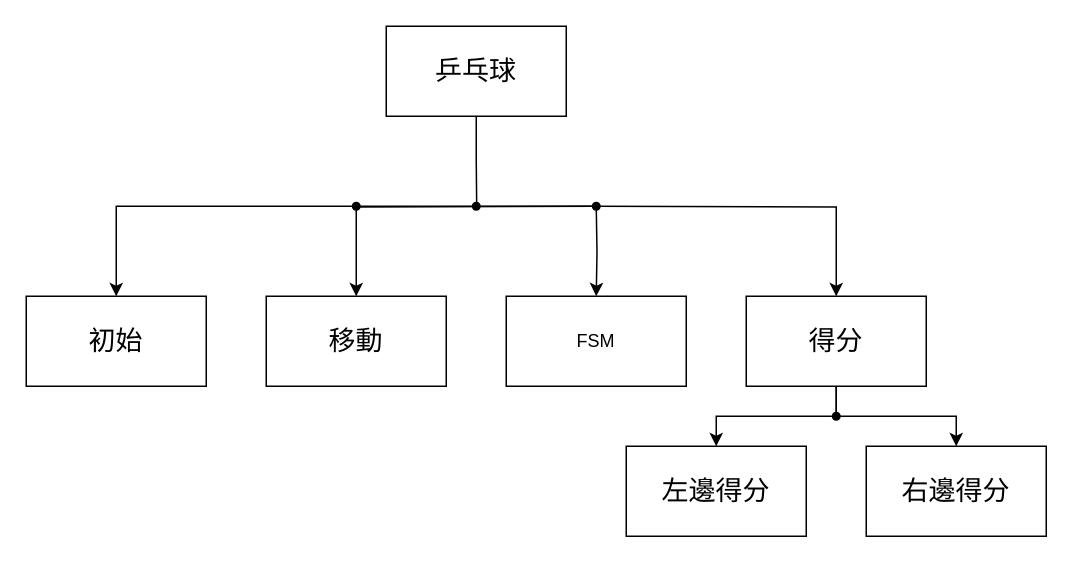
Before: page "Breakdown" (1 of 5) of 乒乓球遊戲.drawio in wsy0331/SOC-Lab, a draw.io diagram. Source tidied: cells renumbered, new cells numbered last; positions are measured from the earlier drawing's top-left corner, leaving out a move shared by most shapes. Both pictures are drawn from the tidied source at 150%, with x=0, y=0 at pixel (26, 26).
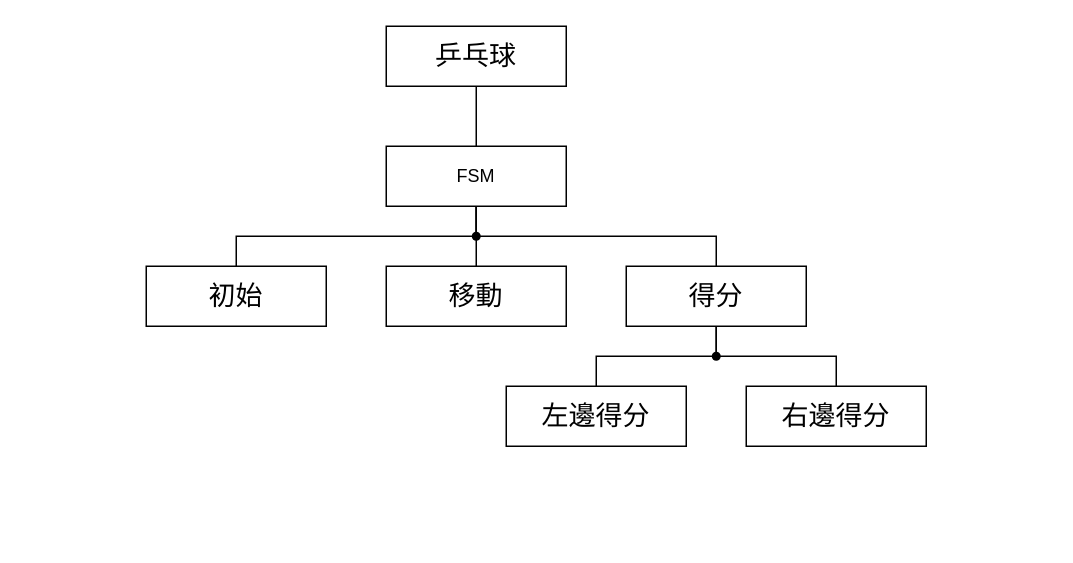
Above is the later version.

What changed in the source:
```diff
@@
-    <mxCell id="2" style="edgeStyle=orthogonalEdgeStyle;rounded=0;jettySize=auto;html=1;exitX=0.5;exitY=1;exitDx=0;exitDy=0;entryX=0.5;entryY=0;entryDx=0;entryDy=0;" parent="1" edge="1" target="14">
-      <mxGeometry relative="1" as="geometry">
-        <mxPoint x="380" y="120" as="sourcePoint" />
-      </mxGeometry>
-    </mxCell>
-    <mxCell id="3" style="edgeStyle=orthogonalEdgeStyle;rounded=0;jettySize=auto;html=1;exitX=0.5;exitY=1;exitDx=0;exitDy=0;entryX=0.5;entryY=0;entryDx=0;entryDy=0;" parent="1" edge="1" target="13">
-      <mxGeometry relative="1" as="geometry">
-        <mxPoint x="380" y="120" as="sourcePoint" />
-      </mxGeometry>
-    </mxCell>
-    <mxCell id="4" style="edgeStyle=orthogonalEdgeStyle;rounded=0;jettySize=auto;html=1;exitX=0.5;exitY=1;exitDx=0;exitDy=0;" parent="1" edge="1" target="10">
-      <mxGeometry relative="1" as="geometry">
-        <mxPoint x="380" y="120" as="sourcePoint" />
-      </mxGeometry>
-    </mxCell>
-    <mxCell id="5" style="edgeStyle=orthogonalEdgeStyle;rounded=0;jettySize=auto;html=1;exitDx=0;exitDy=0;entryX=0.5;entryY=0;entryDx=0;entryDy=0;" parent="1" edge="1" source="19" target="15">
-      <mxGeometry relative="1" as="geometry" />
-    </mxCell>
-    <mxCell id="6" style="edgeStyle=orthogonalEdgeStyle;rounded=0;jettySize=auto;html=1;exitX=0.5;exitY=1;exitDx=0;exitDy=0;endArrow=none;endFill=0;" parent="1" edge="1" source="7">
-      <mxGeometry relative="1" as="geometry">
-        <mxPoint x="300.3" y="120" as="targetPoint" />
-      </mxGeometry>
-    </mxCell>
+    <mxCell id="23" style="edgeStyle=orthogonalEdgeStyle;rounded=0;jettySize=auto;html=1;exitX=0.5;exitY=1;exitDx=0;exitDy=0;entryX=0.5;entryY=0;entryDx=0;entryDy=0;endArrow=none;endFill=0;" parent="1" edge="1" source="7" target="14">
+      <mxGeometry relative="1" as="geometry" />
+    </mxCell>
     <mxCell id="7" value="&lt;font style=&quot;font-size: 18px;&quot;&gt;乒乓球&lt;/font&gt;" style="rounded=0;whiteSpace=wrap;html=1;" parent="1" vertex="1">
-      <mxGeometry x="240" width="120" height="60" as="geometry" />
+      <mxGeometry x="240" width="120" height="40" as="geometry" />
     </mxCell>
-    <mxCell id="8" style="edgeStyle=orthogonalEdgeStyle;rounded=0;jettySize=auto;html=1;exitX=0.5;exitY=1;exitDx=0;exitDy=0;entryX=0.5;entryY=0;entryDx=0;entryDy=0;" parent="1" edge="1" source="10" target="11">
+    <mxCell id="8" style="edgeStyle=orthogonalEdgeStyle;rounded=0;jettySize=auto;html=1;exitX=0.5;exitY=1;exitDx=0;exitDy=0;entryX=0.5;entryY=0;entryDx=0;entryDy=0;endArrow=none;endFill=0;" parent="1" edge="1" source="10" target="11">
       <mxGeometry relative="1" as="geometry" />
     </mxCell>
-    <mxCell id="9" style="edgeStyle=orthogonalEdgeStyle;rounded=0;jettySize=auto;html=1;exitX=0.5;exitY=1;exitDx=0;exitDy=0;entryX=0.5;entryY=0;entryDx=0;entryDy=0;" parent="1" edge="1" source="10" target="12">
+    <mxCell id="9" style="edgeStyle=orthogonalEdgeStyle;rounded=0;jettySize=auto;html=1;exitX=0.5;exitY=1;exitDx=0;exitDy=0;entryX=0.5;entryY=0;entryDx=0;entryDy=0;endArrow=none;endFill=0;" parent="1" edge="1" source="10" target="12">
       <mxGeometry relative="1" as="geometry" />
     </mxCell>
     <mxCell id="10" value="&lt;font style=&quot;font-size: 18px;&quot;&gt;得分&lt;/font&gt;" style="rounded=0;whiteSpace=wrap;html=1;" parent="1" vertex="1">
-      <mxGeometry x="480" y="180" width="120" height="60" as="geometry" />
+      <mxGeometry x="400" y="160" width="120" height="40" as="geometry" />
     </mxCell>
     <mxCell id="11" value="&lt;font style=&quot;font-size: 18px;&quot;&gt;左邊&lt;/font&gt;&lt;span style=&quot;font-size: 18px;&quot;&gt;得分&lt;/span&gt;" style="rounded=0;whiteSpace=wrap;html=1;" parent="1" vertex="1">
-      <mxGeometry x="400" y="280" width="120" height="60" as="geometry" />
+      <mxGeometry x="320" y="240" width="120" height="40" as="geometry" />
     </mxCell>
     <mxCell id="12" value="&lt;font style=&quot;font-size: 18px;&quot;&gt;右邊&lt;/font&gt;&lt;span style=&quot;font-size: 18px;&quot;&gt;得分&lt;/span&gt;" style="rounded=0;whiteSpace=wrap;html=1;" parent="1" vertex="1">
-      <mxGeometry x="560" y="280" width="120" height="60" as="geometry" />
+      <mxGeometry x="480" y="240" width="120" height="40" as="geometry" />
     </mxCell>
     <mxCell id="13" value="&lt;font style=&quot;font-size: 18px;&quot;&gt;移動&lt;/font&gt;" style="rounded=0;whiteSpace=wrap;html=1;" parent="1" vertex="1">
-      <mxGeometry x="160" y="180" width="120" height="60" as="geometry" />
+      <mxGeometry x="240" y="160" width="120" height="40" as="geometry" />
     </mxCell>
+    <mxCell id="24" style="edgeStyle=orthogonalEdgeStyle;rounded=0;jettySize=auto;html=1;exitX=0.5;exitY=1;exitDx=0;exitDy=0;entryX=0.5;entryY=0;entryDx=0;entryDy=0;endArrow=none;endFill=0;" parent="1" edge="1" source="14" target="13">
+      <mxGeometry relative="1" as="geometry" />
+    </mxCell>
+    <mxCell id="25" style="edgeStyle=orthogonalEdgeStyle;rounded=0;jettySize=auto;html=1;exitDx=0;exitDy=0;entryX=0.5;entryY=0;entryDx=0;entryDy=0;endArrow=none;endFill=0;" parent="1" edge="1" source="28" target="10">
+      <mxGeometry relative="1" as="geometry" />
+    </mxCell>
+    <mxCell id="26" style="edgeStyle=orthogonalEdgeStyle;rounded=0;jettySize=auto;html=1;exitX=0.5;exitY=1;exitDx=0;exitDy=0;entryX=0.5;entryY=0;entryDx=0;entryDy=0;endArrow=none;endFill=0;" parent="1" edge="1" source="14" target="15">
+      <mxGeometry relative="1" as="geometry" />
+    </mxCell>
     <mxCell id="14" value="FSM" style="rounded=0;whiteSpace=wrap;html=1;" parent="1" vertex="1">
-      <mxGeometry x="320" y="180" width="120" height="60" as="geometry" />
+      <mxGeometry x="240" y="80" width="120" height="40" as="geometry" />
     </mxCell>
     <mxCell id="15" value="&lt;font style=&quot;font-size: 18px;&quot;&gt;初始&lt;/font&gt;" style="rounded=0;whiteSpace=wrap;html=1;" parent="1" vertex="1">
-      <mxGeometry y="180" width="120" height="60" as="geometry" />
+      <mxGeometry x="80" y="160" width="120" height="40" as="geometry" />
     </mxCell>
-    <mxCell id="16" style="edgeStyle=orthogonalEdgeStyle;rounded=0;jettySize=auto;html=1;exitDx=0;exitDy=0;entryDx=0;entryDy=0;endArrow=none;endFill=0;" parent="1" edge="1" source="21" target="17">
-      <mxGeometry relative="1" as="geometry" />
-    </mxCell>
-    <mxCell id="17" style="shape=waypoint;sketch=0;size=6;points=[];fillColor=none;perimeter=centerPerimeter;snapToPoint=1;" parent="1" vertex="1">
-      <mxGeometry x="290" y="110" width="20" height="20" as="geometry" />
-    </mxCell>
-    <mxCell id="18" style="edgeStyle=orthogonalEdgeStyle;rounded=0;jettySize=auto;html=1;exitDx=0;exitDy=0;entryDx=0;entryDy=0;endArrow=none;endFill=0;" parent="1" edge="1" source="17" target="19">
-      <mxGeometry relative="1" as="geometry" />
-    </mxCell>
-    <mxCell id="19" style="shape=waypoint;sketch=0;size=6;points=[];fillColor=none;perimeter=centerPerimeter;snapToPoint=1;" parent="1" vertex="1">
-      <mxGeometry x="210" y="110" width="20" height="20" as="geometry" />
-    </mxCell>
-    <mxCell id="20" style="edgeStyle=orthogonalEdgeStyle;rounded=0;jettySize=auto;html=1;exitX=0.5;exitY=1;exitDx=0;exitDy=0;entryDx=0;entryDy=0;endArrow=none;endFill=0;" parent="1" edge="1" target="21">
-      <mxGeometry relative="1" as="geometry">
-        <mxPoint x="380" y="120" as="sourcePoint" />
-      </mxGeometry>
-    </mxCell>
-    <mxCell id="21" style="shape=waypoint;sketch=0;size=6;points=[];fillColor=none;perimeter=centerPerimeter;snapToPoint=1;" parent="1" vertex="1">
-      <mxGeometry x="370" y="110" width="20" height="20" as="geometry" />
-    </mxCell>
     <mxCell id="22" style="shape=waypoint;sketch=0;size=6;fillColor=none;perimeter=centerPerimeter;" parent="1" vertex="1">
-      <mxGeometry x="530" y="250" width="20" height="20" as="geometry" />
+      <mxGeometry x="450" y="210" width="20" height="20" as="geometry" />
     </mxCell>
+    <mxCell id="27" style="edgeStyle=orthogonalEdgeStyle;rounded=0;jettySize=auto;html=1;exitX=0.5;exitY=1;exitDx=0;exitDy=0;entryDx=0;entryDy=0;endArrow=none;endFill=0;" parent="1" edge="1" source="14" target="28">
+      <mxGeometry relative="1" as="geometry" />
+    </mxCell>
+    <mxCell id="28" style="shape=waypoint;sketch=0;size=6;points=[];fillColor=none;perimeter=centerPerimeter;snapToPoint=1;" parent="1" vertex="1">
+      <mxGeometry x="290" y="130" width="20" height="20" as="geometry" />
+    </mxCell>
```
